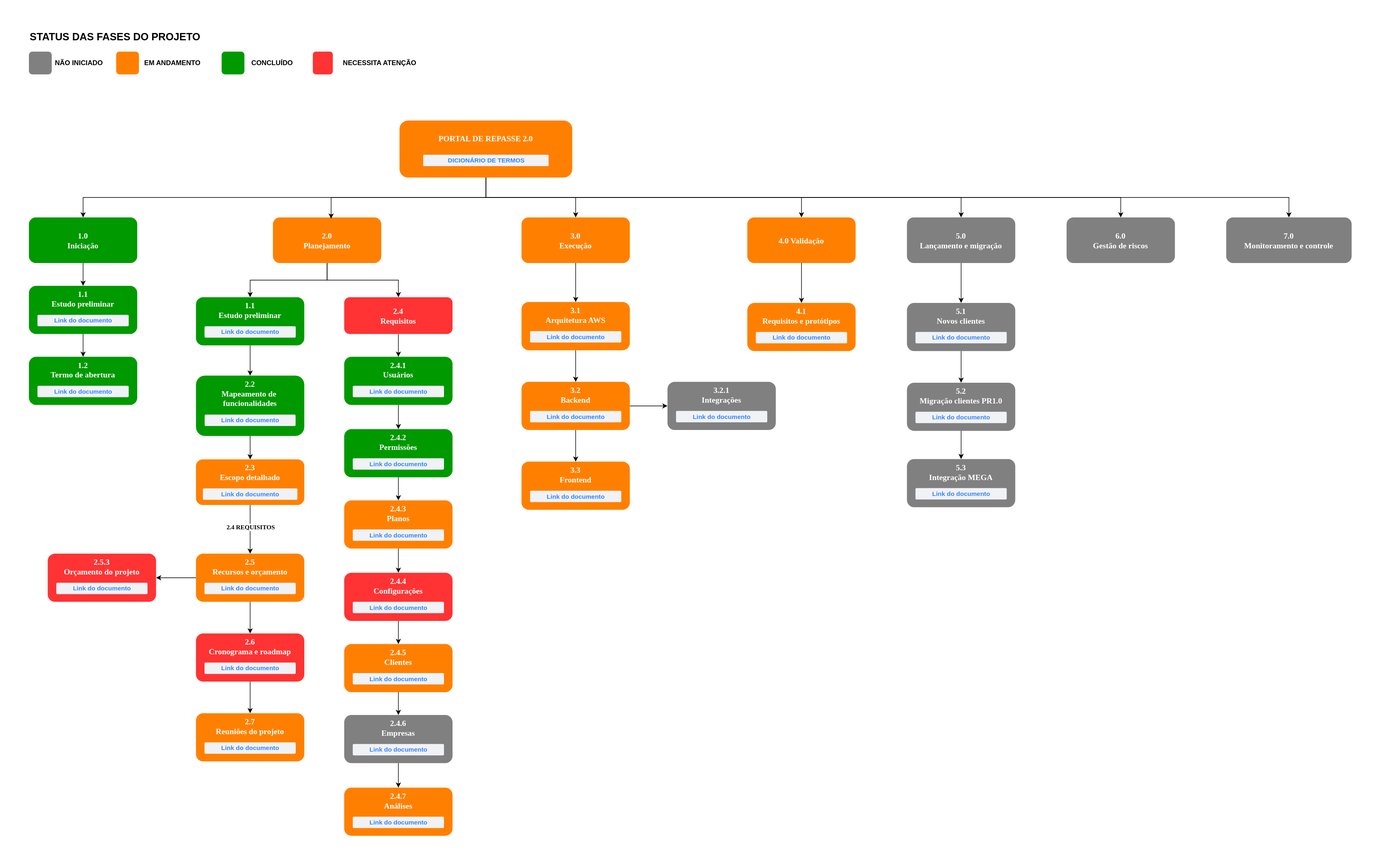
Earlier version of the draw.io export EAP.drawio.svg (proferr/proferr). Source tidied: cells renumbered, new cells last; positions are measured from the earlier drawing's top-left corner, leaving out a move shared by most shapes.
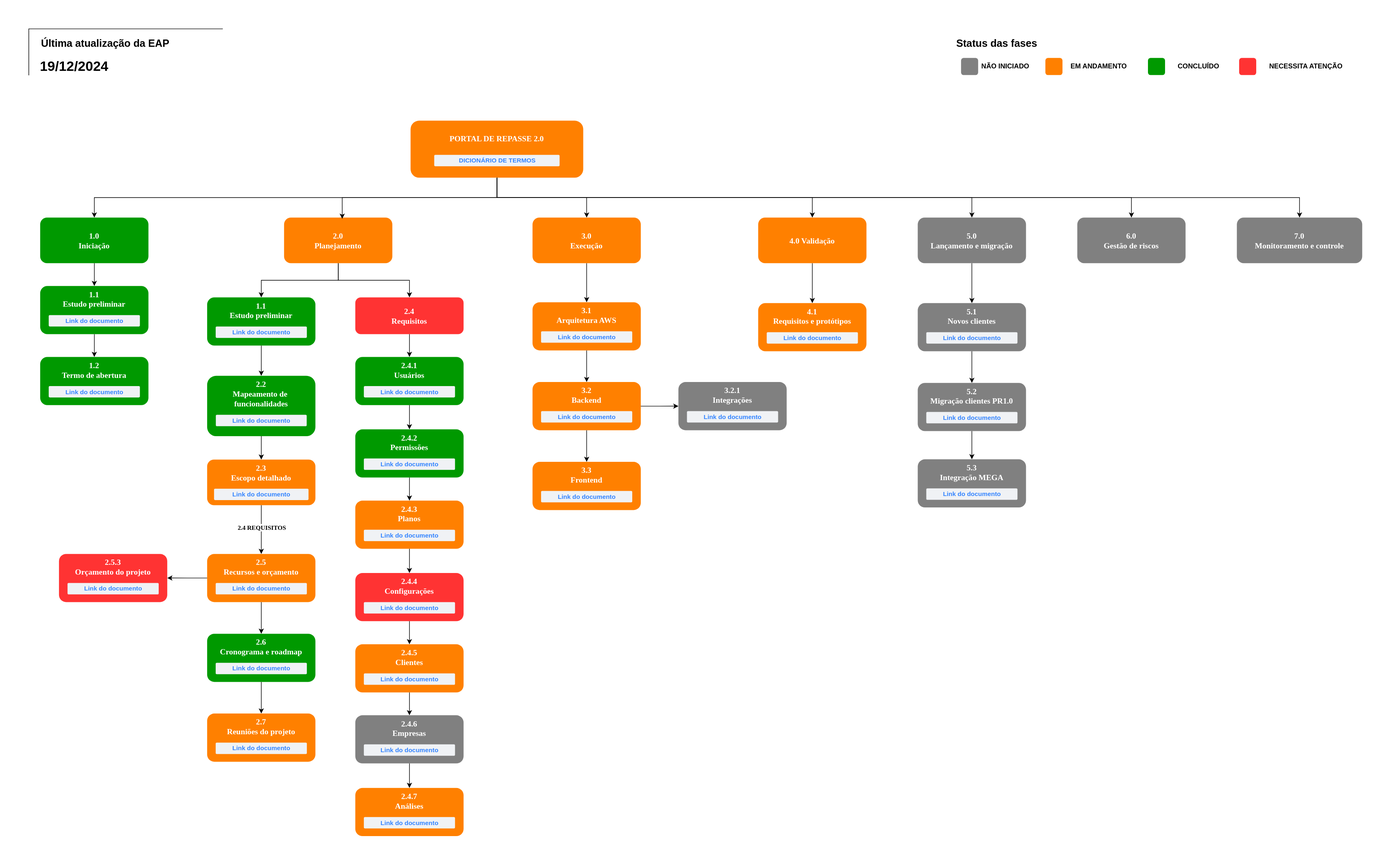
After the change.

Diff of the diagram source:
```diff
@@ -2,6 +2,9 @@
   <root>
     <mxCell id="0" />
     <mxCell id="1" parent="0" />
+    <mxCell id="127" style="shape=partialRectangle;whiteSpace=wrap;html=1;bottom=0;right=0;fillColor=none;" parent="1" vertex="1">
+      <mxGeometry x="-20" width="340" height="81" as="geometry" />
+    </mxCell>
     <mxCell id="2" style="edgeStyle=orthogonalEdgeStyle;rounded=0;jettySize=auto;html=1;" parent="1" edge="1" source="8" target="23">
       <mxGeometry relative="1" as="geometry" />
     </mxCell>
@@ -38,30 +41,21 @@
     <mxCell id="13" value="1.0 &#10;Iniciação" style="rounded=1;fillColor=#009900;gradientColor=none;strokeColor=none;fontColor=#FFFFFF;fontStyle=1;fontFamily=Tahoma;fontSize=14;" parent="1" vertex="1">
       <mxGeometry y="331" width="190" height="80" as="geometry" />
     </mxCell>
-    <mxCell id="14" style="rounded=1;fillColor=#FF8000;gradientColor=none;strokeColor=none;fontColor=#FFFFFF;fontStyle=1;fontFamily=Tahoma;fontSize=14;" parent="1" vertex="1">
-      <mxGeometry x="153" y="40" width="40" height="40" as="geometry" />
-    </mxCell>
     <mxCell id="15" value="EM ANDAMENTO" style="text;html=1;align=center;verticalAlign=middle;whiteSpace=wrap;rounded=0;fontStyle=1;" parent="1" vertex="1">
-      <mxGeometry x="193" y="45" width="118" height="30" as="geometry" />
+      <mxGeometry x="1799" y="51" width="118" height="30" as="geometry" />
     </mxCell>
     <mxCell id="16" value="NÃO INICIADO" style="text;html=1;align=center;verticalAlign=middle;whiteSpace=wrap;rounded=0;fontStyle=1;" parent="1" vertex="1">
-      <mxGeometry x="40" y="45" width="96" height="30" as="geometry" />
+      <mxGeometry x="1646" y="51" width="96" height="30" as="geometry" />
     </mxCell>
     <mxCell id="17" style="rounded=1;fillColor=#808080;gradientColor=none;strokeColor=none;fontColor=#FFFFFF;fontStyle=1;fontFamily=Tahoma;fontSize=14;" parent="1" vertex="1">
-      <mxGeometry y="40" width="40" height="40" as="geometry" />
+      <mxGeometry x="1616" y="51" width="30" height="30" as="geometry" />
     </mxCell>
     <mxCell id="18" value="NECESSITA ATENÇÃO" style="text;html=1;align=center;verticalAlign=middle;whiteSpace=wrap;rounded=0;fontStyle=1;" parent="1" vertex="1">
-      <mxGeometry x="538" y="45" width="155" height="30" as="geometry" />
+      <mxGeometry x="2144" y="51" width="155" height="30" as="geometry" />
     </mxCell>
-    <mxCell id="19" style="rounded=1;fillColor=#FF3333;gradientColor=none;strokeColor=none;fontColor=#FFFFFF;fontStyle=1;fontFamily=Tahoma;fontSize=14;" parent="1" vertex="1">
-      <mxGeometry x="498" y="40" width="35" height="40" as="geometry" />
-    </mxCell>
     <mxCell id="20" value="CONCLUÍDO" style="text;html=1;align=center;verticalAlign=middle;whiteSpace=wrap;rounded=0;fontStyle=1;" parent="1" vertex="1">
-      <mxGeometry x="378" y="45" width="98" height="30" as="geometry" />
+      <mxGeometry x="1984" y="51" width="98" height="30" as="geometry" />
     </mxCell>
-    <mxCell id="21" style="rounded=1;fillColor=#009900;gradientColor=none;strokeColor=none;fontColor=#FFFFFF;fontStyle=1;fontFamily=Tahoma;fontSize=14;" parent="1" vertex="1">
-      <mxGeometry x="338" y="40" width="40" height="40" as="geometry" />
-    </mxCell>
     <mxCell id="22" style="edgeStyle=orthogonalEdgeStyle;rounded=0;jettySize=auto;html=1;entryX=0.5;entryY=0;entryDx=0;entryDy=0;" parent="1" edge="1" source="23" target="78">
       <mxGeometry relative="1" as="geometry" />
     </mxCell>
@@ -116,7 +110,7 @@
     <mxCell id="39" style="group;" parent="1" vertex="1">
       <mxGeometry x="293" y="1061" width="190" height="84.5" as="geometry" />
     </mxCell>
-    <mxCell id="40" value="2.6 &#10;Cronograma e roadmap" style="rounded=1;fillColor=#FF3333;gradientColor=none;strokeColor=none;fontColor=#FFFFFF;fontStyle=1;fontFamily=Tahoma;fontSize=14;verticalAlign=top;" parent="39" vertex="1">
+    <mxCell id="40" value="2.6 &#10;Cronograma e roadmap" style="rounded=1;fillColor=#009900;gradientColor=none;strokeColor=none;fontColor=#FFFFFF;fontStyle=1;fontFamily=Tahoma;fontSize=14;verticalAlign=top;" parent="39" vertex="1">
       <mxGeometry width="190" height="84.5" as="geometry" />
     </mxCell>
     <mxCell id="41" value="Link do documento" style="dashed=0;html=1;fillColor=#F0F2F5;strokeColor=none;align=center;rounded=1;arcSize=10;fontColor=#3384FF;fontStyle=1;fontSize=11;shadow=0;" parent="39" vertex="1">
@@ -278,8 +272,8 @@
     <mxCell id="93" style="edgeStyle=orthogonalEdgeStyle;rounded=0;jettySize=auto;html=1;entryX=0.537;entryY=0.027;entryDx=0;entryDy=0;entryPerimeter=0;exitX=0.5;exitY=1;exitDx=0;exitDy=0;" parent="1" edge="1" source="8" target="11">
       <mxGeometry relative="1" as="geometry" />
     </mxCell>
-    <mxCell id="94" value="STATUS DAS FASES DO PROJETO" style="text;html=1;align=left;verticalAlign=middle;whiteSpace=wrap;rounded=0;fontStyle=1;fontSize=18;" parent="1" vertex="1">
-      <mxGeometry width="433" height="30" as="geometry" />
+    <mxCell id="94" value="Status das fases" style="text;html=1;align=left;verticalAlign=middle;whiteSpace=wrap;rounded=0;fontStyle=1;fontSize=18;" parent="1" vertex="1">
+      <mxGeometry x="1606" y="11" width="433" height="30" as="geometry" />
     </mxCell>
     <mxCell id="95" value="6.0 &#10;Gestão de riscos" style="rounded=1;fillColor=#808080;gradientColor=none;strokeColor=none;fontColor=#FFFFFF;fontStyle=1;fontFamily=Tahoma;fontSize=14;horizontal=1;" parent="1" vertex="1">
       <mxGeometry x="1820" y="331" width="190" height="80" as="geometry" />
@@ -379,5 +373,20 @@
     <mxCell id="126" value="Link do documento" style="dashed=0;html=1;fillColor=#F0F2F5;strokeColor=none;align=center;rounded=1;arcSize=10;fontColor=#3384FF;fontStyle=1;fontSize=11;shadow=0;" parent="124" vertex="1">
       <mxGeometry x="15" y="51" width="160" height="20" as="geometry" />
     </mxCell>
+    <mxCell id="128" value="Última atualização da EAP" style="text;html=1;align=left;verticalAlign=middle;whiteSpace=wrap;rounded=0;fontStyle=1;fontSize=18;" parent="1" vertex="1">
+      <mxGeometry y="11" width="320" height="30" as="geometry" />
+    </mxCell>
+    <mxCell id="129" value="&lt;font style=&quot;font-size: 24px;&quot;&gt;19/12/2024&lt;/font&gt;" style="text;html=1;align=center;verticalAlign=middle;whiteSpace=wrap;rounded=0;fontStyle=1;" parent="1" vertex="1">
+      <mxGeometry y="51" width="120" height="30" as="geometry" />
+    </mxCell>
+    <mxCell id="130" style="rounded=1;fillColor=#FF8000;gradientColor=none;strokeColor=none;fontColor=#FFFFFF;fontStyle=1;fontFamily=Tahoma;fontSize=14;" parent="1" vertex="1">
+      <mxGeometry x="1764" y="51" width="30" height="30" as="geometry" />
+    </mxCell>
+    <mxCell id="131" style="rounded=1;fillColor=#009900;gradientColor=none;strokeColor=none;fontColor=#FFFFFF;fontStyle=1;fontFamily=Tahoma;fontSize=14;" parent="1" vertex="1">
+      <mxGeometry x="1944" y="51" width="30" height="30" as="geometry" />
+    </mxCell>
+    <mxCell id="132" style="rounded=1;fillColor=#FF3333;gradientColor=none;strokeColor=none;fontColor=#FFFFFF;fontStyle=1;fontFamily=Tahoma;fontSize=14;" parent="1" vertex="1">
+      <mxGeometry x="2104" y="51" width="30" height="30" as="geometry" />
+    </mxCell>
   </root>
 </mxGraphModel>
```
